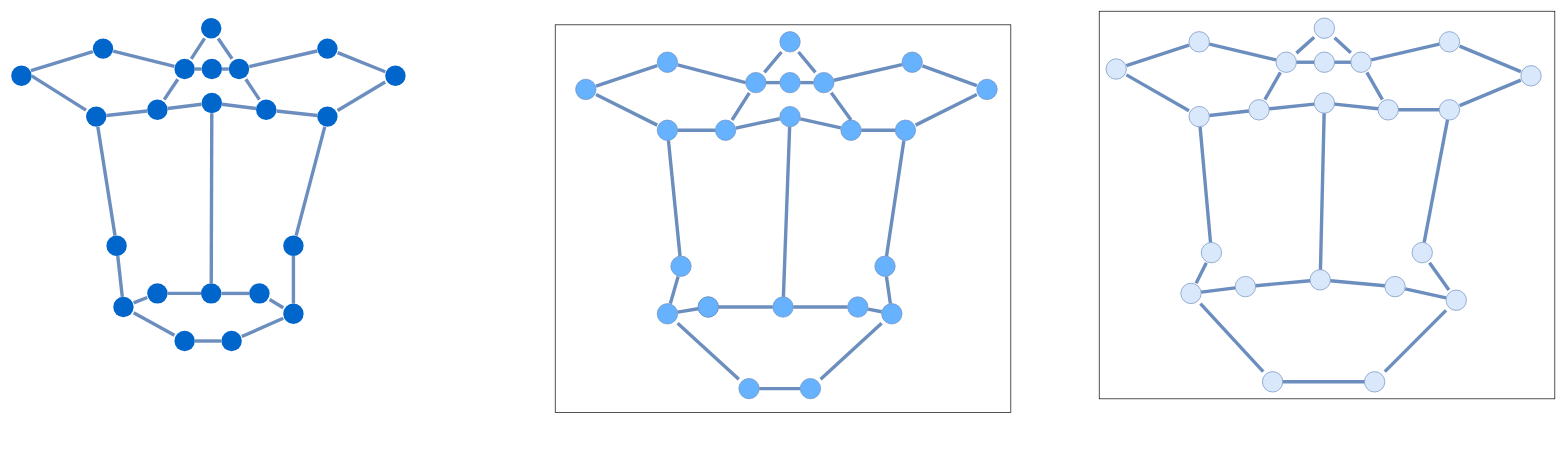
Above: page "Page-4" (4 of 5) of FG_example.drawio in 1009351456/Anonymous (draw.io), before the change. Source tidied: cells renumbered, new cells numbered last; positions are measured from the earlier drawing's top-left corner, leaving out a move shared by most shapes. Both pictures are drawn from the tidied source at 68%, with x=0, y=0 at pixel (11, 11).
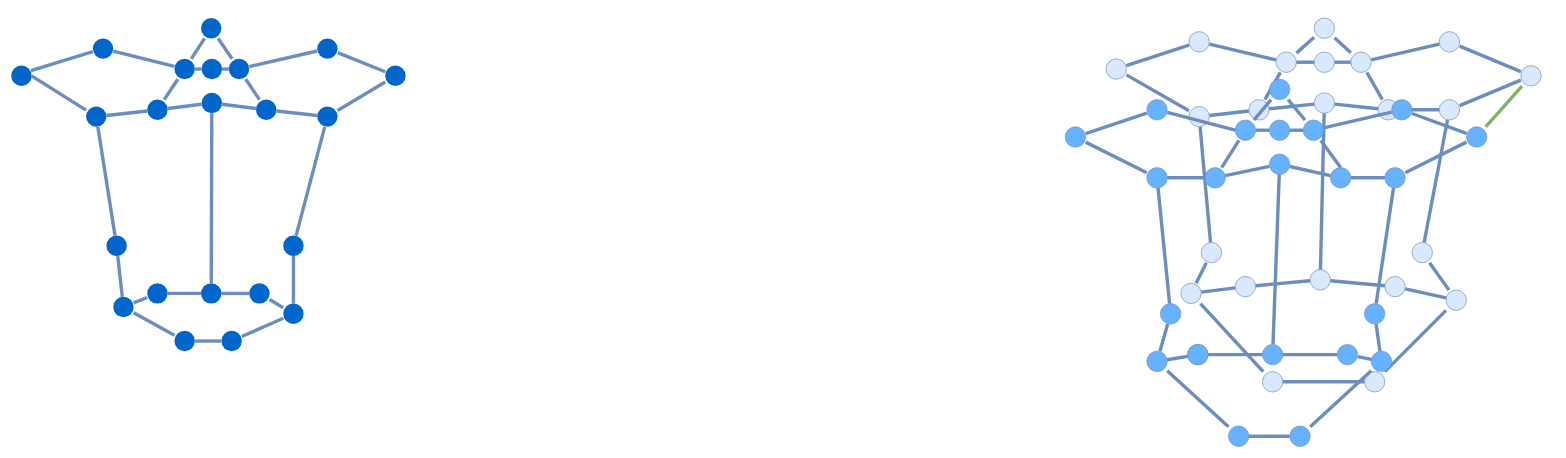
The same diagram, later.

Unchanged cells that the change refers to:
```xml
<mxCell id="35" style="shape=ellipse;fillColor=#dae8fc;strokeColor=#6c8ebf;html=1;" parent="1" vertex="1">
  <mxGeometry x="2220" y="80" width="30" height="30" as="geometry" />
</mxCell>
```

Change to the diagram source:
```diff
@@
     <mxCell id="102" style="shape=ellipse;fillColor=#66B2FF;strokeColor=#6c8ebf;html=1;" parent="1" vertex="1">
-      <mxGeometry x="830" y="100" width="30" height="30" as="geometry" />
+      <mxGeometry x="1550" y="170" width="30" height="30" as="geometry" />
     </mxCell>
     <mxCell id="103" style="shape=ellipse;fillColor=#66B2FF;strokeColor=#6c8ebf;html=1;" parent="1" vertex="1">
-      <mxGeometry x="950" y="60" width="30" height="30" as="geometry" />
+      <mxGeometry x="1670" y="130" width="30" height="30" as="geometry" />
     </mxCell>
     <mxCell id="104" style="shape=ellipse;fillColor=#66B2FF;strokeColor=#6c8ebf;html=1;" parent="1" vertex="1">
-      <mxGeometry x="950" y="160" width="30" height="30" as="geometry" />
+      <mxGeometry x="1670" y="230" width="30" height="30" as="geometry" />
     </mxCell>
     <mxCell id="105" style="shape=ellipse;fillColor=#66B2FF;strokeColor=#6c8ebf;html=1;" parent="1" vertex="1">
-      <mxGeometry x="1035.5" y="160" width="30" height="30" as="geometry" />
+      <mxGeometry x="1755.5" y="230" width="30" height="30" as="geometry" />
     </mxCell>
     <mxCell id="106" style="shape=ellipse;fillColor=#66B2FF;strokeColor=#6c8ebf;html=1;" parent="1" vertex="1">
-      <mxGeometry x="1080" y="90" width="30" height="30" as="geometry" />
+      <mxGeometry x="1800" y="160" width="30" height="30" as="geometry" />
     </mxCell>
     <mxCell id="107" style="shape=ellipse;fillColor=#66B2FF;strokeColor=#6c8ebf;html=1;" parent="1" vertex="1">
-      <mxGeometry x="1130.3" y="30" width="30" height="30" as="geometry" />
+      <mxGeometry x="1850.3" y="100" width="30" height="30" as="geometry" />
     </mxCell>
     <mxCell id="108" style="shape=ellipse;fillColor=#66B2FF;strokeColor=#6c8ebf;html=1;" parent="1" vertex="1">
-      <mxGeometry x="1130.3" y="90" width="30" height="30" as="geometry" />
+      <mxGeometry x="1850.3" y="160" width="30" height="30" as="geometry" />
     </mxCell>
     <mxCell id="109" style="shape=ellipse;fillColor=#66B2FF;strokeColor=#6c8ebf;html=1;" parent="1" vertex="1">
-      <mxGeometry x="1130.3" y="140" width="30" height="30" as="geometry" />
+      <mxGeometry x="1850.3" y="210" width="30" height="30" as="geometry" />
     </mxCell>
     <mxCell id="110" style="shape=ellipse;fillColor=#66B2FF;strokeColor=#6c8ebf;html=1;" parent="1" vertex="1">
-      <mxGeometry x="1180" y="90" width="30" height="30" as="geometry" />
+      <mxGeometry x="1900" y="160" width="30" height="30" as="geometry" />
     </mxCell>
     <mxCell id="111" style="shape=ellipse;fillColor=#66B2FF;strokeColor=#6c8ebf;html=1;" parent="1" vertex="1">
-      <mxGeometry x="1310" y="60" width="30" height="30" as="geometry" />
+      <mxGeometry x="2030" y="130" width="30" height="30" as="geometry" />
     </mxCell>
     <mxCell id="112" style="shape=ellipse;fillColor=#66B2FF;strokeColor=#6c8ebf;html=1;" parent="1" vertex="1">
-      <mxGeometry x="1420" y="100" width="30" height="30" as="geometry" />
+      <mxGeometry x="2140" y="170" width="30" height="30" as="geometry" />
     </mxCell>
     <mxCell id="113" style="shape=ellipse;fillColor=#66B2FF;strokeColor=#6c8ebf;html=1;" parent="1" vertex="1">
-      <mxGeometry x="1300" y="160" width="30" height="30" as="geometry" />
+      <mxGeometry x="2020" y="230" width="30" height="30" as="geometry" />
     </mxCell>
     <mxCell id="114" style="shape=ellipse;fillColor=#66B2FF;strokeColor=#6c8ebf;html=1;" parent="1" vertex="1">
-      <mxGeometry x="1220" y="160" width="30" height="30" as="geometry" />
+      <mxGeometry x="1940" y="230" width="30" height="30" as="geometry" />
     </mxCell>
     <mxCell id="115" style="shape=ellipse;fillColor=#66B2FF;strokeColor=#6c8ebf;html=1;" parent="1" vertex="1">
-      <mxGeometry x="1270" y="360" width="30" height="30" as="geometry" />
+      <mxGeometry x="1990" y="430" width="30" height="30" as="geometry" />
     </mxCell>
     <mxCell id="116" style="shape=ellipse;fillColor=#66B2FF;strokeColor=#6c8ebf;html=1;" parent="1" vertex="1">
-      <mxGeometry x="1280" y="430" width="30" height="30" as="geometry" />
+      <mxGeometry x="2000" y="500" width="30" height="30" as="geometry" />
     </mxCell>
     <mxCell id="117" style="shape=ellipse;fillColor=#66B2FF;strokeColor=#6c8ebf;html=1;" parent="1" vertex="1">
-      <mxGeometry x="970" y="360" width="30" height="30" as="geometry" />
+      <mxGeometry x="1690" y="430" width="30" height="30" as="geometry" />
     </mxCell>
     <mxCell id="118" style="shape=ellipse;fillColor=#66B2FF;strokeColor=#6c8ebf;html=1;" parent="1" vertex="1">
-      <mxGeometry x="1230" y="420" width="30" height="30" as="geometry" />
+      <mxGeometry x="1950" y="490" width="30" height="30" as="geometry" />
     </mxCell>
     <mxCell id="119" style="shape=ellipse;fillColor=#66B2FF;strokeColor=#6c8ebf;html=1;" parent="1" vertex="1">
-      <mxGeometry x="1120" y="420" width="30" height="30" as="geometry" />
+      <mxGeometry x="1840" y="490" width="30" height="30" as="geometry" />
     </mxCell>
     <mxCell id="120" style="shape=ellipse;fillColor=#66B2FF;strokeColor=#6c8ebf;html=1;" parent="1" vertex="1">
-      <mxGeometry x="1010" y="420" width="30" height="30" as="geometry" />
+      <mxGeometry x="1730" y="490" width="30" height="30" as="geometry" />
     </mxCell>
     <mxCell id="121" style="shape=ellipse;fillColor=#66B2FF;strokeColor=#6c8ebf;html=1;" parent="1" vertex="1">
-      <mxGeometry x="1010" y="420" width="30" height="30" as="geometry" />
+      <mxGeometry x="1730" y="490" width="30" height="30" as="geometry" />
     </mxCell>
     <mxCell id="122" style="shape=ellipse;fillColor=#66B2FF;strokeColor=#6c8ebf;html=1;" parent="1" vertex="1">
-      <mxGeometry x="950" y="430" width="30" height="30" as="geometry" />
+      <mxGeometry x="1670" y="500" width="30" height="30" as="geometry" />
     </mxCell>
     <mxCell id="123" style="shape=ellipse;fillColor=#66B2FF;strokeColor=#6c8ebf;html=1;" parent="1" vertex="1">
-      <mxGeometry x="1070" y="540" width="30" height="30" as="geometry" />
+      <mxGeometry x="1790" y="610" width="30" height="30" as="geometry" />
     </mxCell>
     <mxCell id="124" style="shape=ellipse;fillColor=#66B2FF;strokeColor=#6c8ebf;html=1;" parent="1" vertex="1">
-      <mxGeometry x="1160.3" y="540" width="30" height="30" as="geometry" />
+      <mxGeometry x="1880.3" y="610" width="30" height="30" as="geometry" />
     </mxCell>
@@
-    <mxCell id="153" style="rounded=0;whiteSpace=wrap;html=1;fontSize=56;fillColor=none;" parent="1" vertex="1">
-      <mxGeometry x="1600" width="670" height="570" as="geometry" />
-    </mxCell>
-    <mxCell id="154" style="rounded=0;whiteSpace=wrap;html=1;fontSize=56;fillColor=none;" parent="1" vertex="1">
-      <mxGeometry x="800" y="20" width="670" height="570" as="geometry" />
-    </mxCell>
+    <mxCell id="155" style="endArrow=none;html=1;strokeColor=#82b366;strokeWidth=5;fontSize=56;fillColor=#d5e8d4;" parent="1" edge="1" source="112" target="35">
+      <mxGeometry relative="1" as="geometry" />
+    </mxCell>
```
